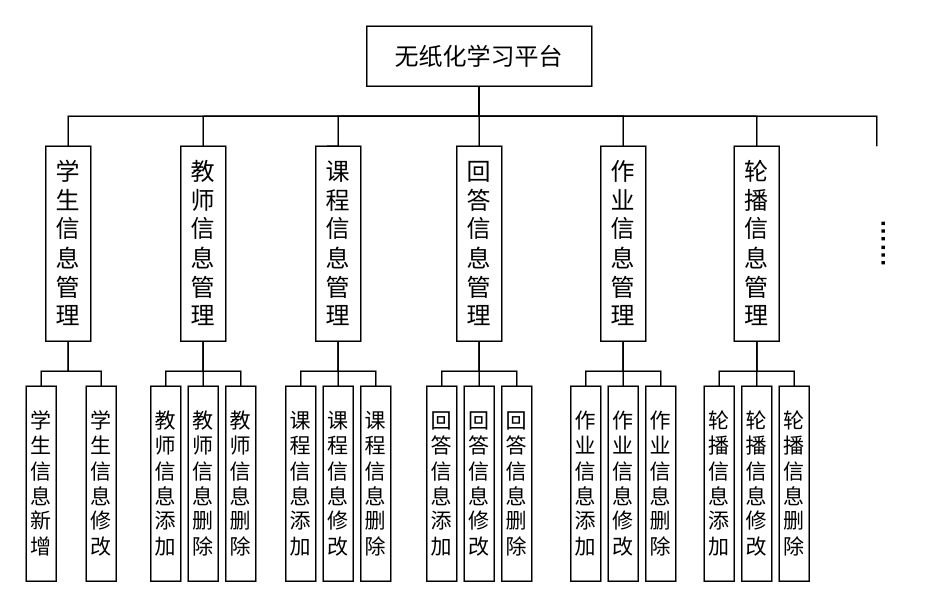
Earlier version of the draw.io diagram imgs/系统总体结构图.drawio (jaclkliao/imgs). Source tidied: cells renumbered, new cells numbered last; positions are measured from the earlier drawing's top-left corner, leaving out a move shared by most shapes. Both pictures are drawn from the tidied source at 150%, with x=0, y=0 at pixel (26, 26).
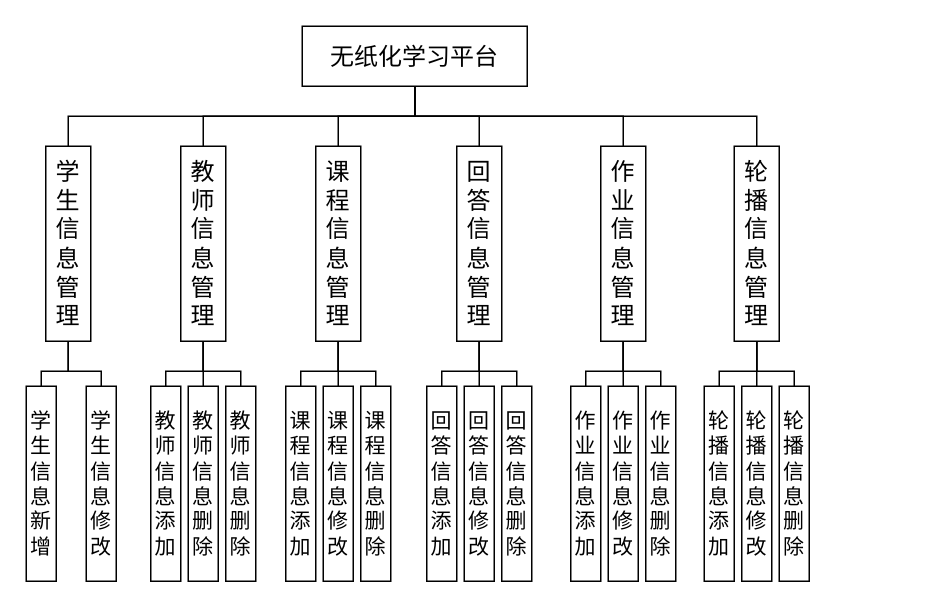
After the change.

Commit message:
更新系统总体结构图.drawio

The change refers to these unchanged cells:
```xml
<mxCell id="12" value="学生信息管理" style="rounded=0;whiteSpace=wrap;html=1;glass=0;sketch=0;horizontal=1;fontSize=16;fontFamily=宋体;" parent="1" vertex="1">
  <mxGeometry x="13" y="80" width="30" height="130" as="geometry" />
</mxCell>
<mxCell id="16" value="教师信息管理" style="rounded=0;whiteSpace=wrap;html=1;glass=0;sketch=0;horizontal=1;fontSize=16;fontFamily=宋体;" parent="1" vertex="1">
  <mxGeometry x="103" y="80" width="30" height="130" as="geometry" />
</mxCell>
<mxCell id="20" value="课程信息管理" style="rounded=0;whiteSpace=wrap;html=1;glass=0;sketch=0;horizontal=1;fontSize=16;fontFamily=宋体;" parent="1" vertex="1">
  <mxGeometry x="193" y="80" width="30" height="130" as="geometry" />
</mxCell>
<mxCell id="24" value="回答信息管理" style="rounded=0;whiteSpace=wrap;html=1;glass=0;sketch=0;horizontal=1;fontSize=16;fontFamily=宋体;" parent="1" vertex="1">
  <mxGeometry x="287" y="80" width="30" height="130" as="geometry" />
</mxCell>
<mxCell id="28" value="作业信息管理" style="rounded=0;whiteSpace=wrap;html=1;glass=0;sketch=0;horizontal=1;fontSize=16;fontFamily=宋体;" parent="1" vertex="1">
  <mxGeometry x="383" y="80" width="30" height="130" as="geometry" />
</mxCell>
<mxCell id="32" value="轮播信息管理" style="rounded=0;whiteSpace=wrap;html=1;glass=0;sketch=0;horizontal=1;fontSize=16;fontFamily=宋体;" parent="1" vertex="1">
  <mxGeometry x="472" y="80" width="30" height="130" as="geometry" />
</mxCell>
```

Diff of the diagram source:
```diff
@@
-    <mxCell id="2" style="edgeStyle=orthogonalEdgeStyle;rounded=0;jettySize=auto;html=1;entryX=0.5;entryY=0;entryDx=0;entryDy=0;fontSize=16;endArrow=none;endFill=0;fontFamily=宋体;" parent="1" edge="1" source="9" target="12">
+    <mxCell id="2" style="edgeStyle=orthogonalEdgeStyle;rounded=0;jettySize=auto;html=1;entryX=0.5;entryY=0;entryDx=0;entryDy=0;endArrow=none;endFill=0;" parent="1" edge="1" source="9" target="12">
       <mxGeometry relative="1" as="geometry">
         <Array as="points">
-          <mxPoint x="302" y="60" />
+          <mxPoint x="259" y="60" />
           <mxPoint x="28" y="60" />
         </Array>
       </mxGeometry>
     </mxCell>
+    <mxCell id="8" style="edgeStyle=orthogonalEdgeStyle;rounded=0;jettySize=auto;html=1;entryX=0.5;entryY=0;entryDx=0;entryDy=0;endArrow=none;endFill=0;" parent="1" edge="1" source="9" target="16">
+      <mxGeometry relative="1" as="geometry">
+        <Array as="points">
+          <mxPoint x="259" y="60" />
+          <mxPoint x="118" y="60" />
+        </Array>
+      </mxGeometry>
+    </mxCell>
+    <mxCell id="4" style="edgeStyle=orthogonalEdgeStyle;rounded=0;jettySize=auto;html=1;endArrow=none;endFill=0;" parent="1" edge="1" source="9" target="20">
+      <mxGeometry relative="1" as="geometry" />
+    </mxCell>
-    <mxCell id="3" style="edgeStyle=orthogonalEdgeStyle;rounded=0;jettySize=auto;html=1;fontFamily=宋体;fontSize=14;endArrow=none;endFill=0;" parent="1" edge="1" source="9" target="24">
+    <mxCell id="3" style="edgeStyle=orthogonalEdgeStyle;rounded=0;jettySize=auto;html=1;entryX=0.5;entryY=0;entryDx=0;entryDy=0;endArrow=none;endFill=0;" parent="1" edge="1" source="9" target="24">
       <mxGeometry relative="1" as="geometry" />
     </mxCell>
-    <mxCell id="4" style="edgeStyle=orthogonalEdgeStyle;rounded=0;jettySize=auto;html=1;entryX=0.25;entryY=0;entryDx=0;entryDy=0;fontFamily=宋体;fontSize=14;endArrow=none;endFill=0;" parent="1" edge="1" source="9" target="20">
-      <mxGeometry relative="1" as="geometry">
-        <Array as="points">
-          <mxPoint x="302" y="60" />
-          <mxPoint x="208" y="60" />
-          <mxPoint x="208" y="80" />
-        </Array>
-      </mxGeometry>
-    </mxCell>
-    <mxCell id="5" style="edgeStyle=orthogonalEdgeStyle;rounded=0;jettySize=auto;html=1;entryX=0.5;entryY=0;entryDx=0;entryDy=0;fontFamily=宋体;fontSize=14;endArrow=none;endFill=0;" parent="1" edge="1" source="9" target="28">
+    <mxCell id="5" style="edgeStyle=orthogonalEdgeStyle;rounded=0;jettySize=auto;html=1;endArrow=none;endFill=0;" parent="1" edge="1" source="9" target="28">
       <mxGeometry relative="1" as="geometry">
         <Array as="points">
-          <mxPoint x="302" y="60" />
+          <mxPoint x="259" y="60" />
           <mxPoint x="398" y="60" />
         </Array>
       </mxGeometry>
     </mxCell>
-    <mxCell id="6" style="edgeStyle=orthogonalEdgeStyle;rounded=0;jettySize=auto;html=1;entryX=0.5;entryY=0;entryDx=0;entryDy=0;fontFamily=宋体;fontSize=14;endArrow=none;endFill=0;" parent="1" edge="1" source="9" target="32">
+    <mxCell id="6" style="edgeStyle=orthogonalEdgeStyle;rounded=0;jettySize=auto;html=1;endArrow=none;endFill=0;" parent="1" edge="1" source="9" target="32">
       <mxGeometry relative="1" as="geometry">
         <Array as="points">
-          <mxPoint x="302" y="60" />
+          <mxPoint x="259" y="60" />
           <mxPoint x="487" y="60" />
         </Array>
       </mxGeometry>
     </mxCell>
-    <mxCell id="7" style="edgeStyle=orthogonalEdgeStyle;rounded=0;jettySize=auto;html=1;fontFamily=宋体;fontSize=14;endArrow=none;endFill=0;" parent="1" edge="1" source="9" target="33">
-      <mxGeometry relative="1" as="geometry">
-        <Array as="points">
-          <mxPoint x="302" y="60" />
-          <mxPoint x="567" y="60" />
-        </Array>
-      </mxGeometry>
-    </mxCell>
-    <mxCell id="8" style="edgeStyle=orthogonalEdgeStyle;rounded=0;jettySize=auto;html=1;fontFamily=宋体;fontSize=14;endArrow=none;endFill=0;" parent="1" edge="1" source="9" target="16">
-      <mxGeometry relative="1" as="geometry">
-        <Array as="points">
-          <mxPoint x="302" y="60" />
-          <mxPoint x="118" y="60" />
-        </Array>
-      </mxGeometry>
-    </mxCell>
     <mxCell id="9" value="无纸化学习平台" style="rounded=0;whiteSpace=wrap;html=1;fontSize=16;fontFamily=宋体;" parent="1" vertex="1">
-      <mxGeometry x="227" width="150" height="40" as="geometry" />
+      <mxGeometry x="184" width="150" height="40" as="geometry" />
     </mxCell>
@@
-    <mxCell id="33" value="……" style="text;html=1;strokeColor=none;fillColor=none;align=center;verticalAlign=middle;whiteSpace=wrap;rounded=0;glass=0;sketch=0;fontSize=16;fontStyle=1;horizontal=0;fontFamily=宋体;" parent="1" vertex="1">
-      <mxGeometry x="552" y="80" width="30" height="130" as="geometry" />
-    </mxCell>
```
